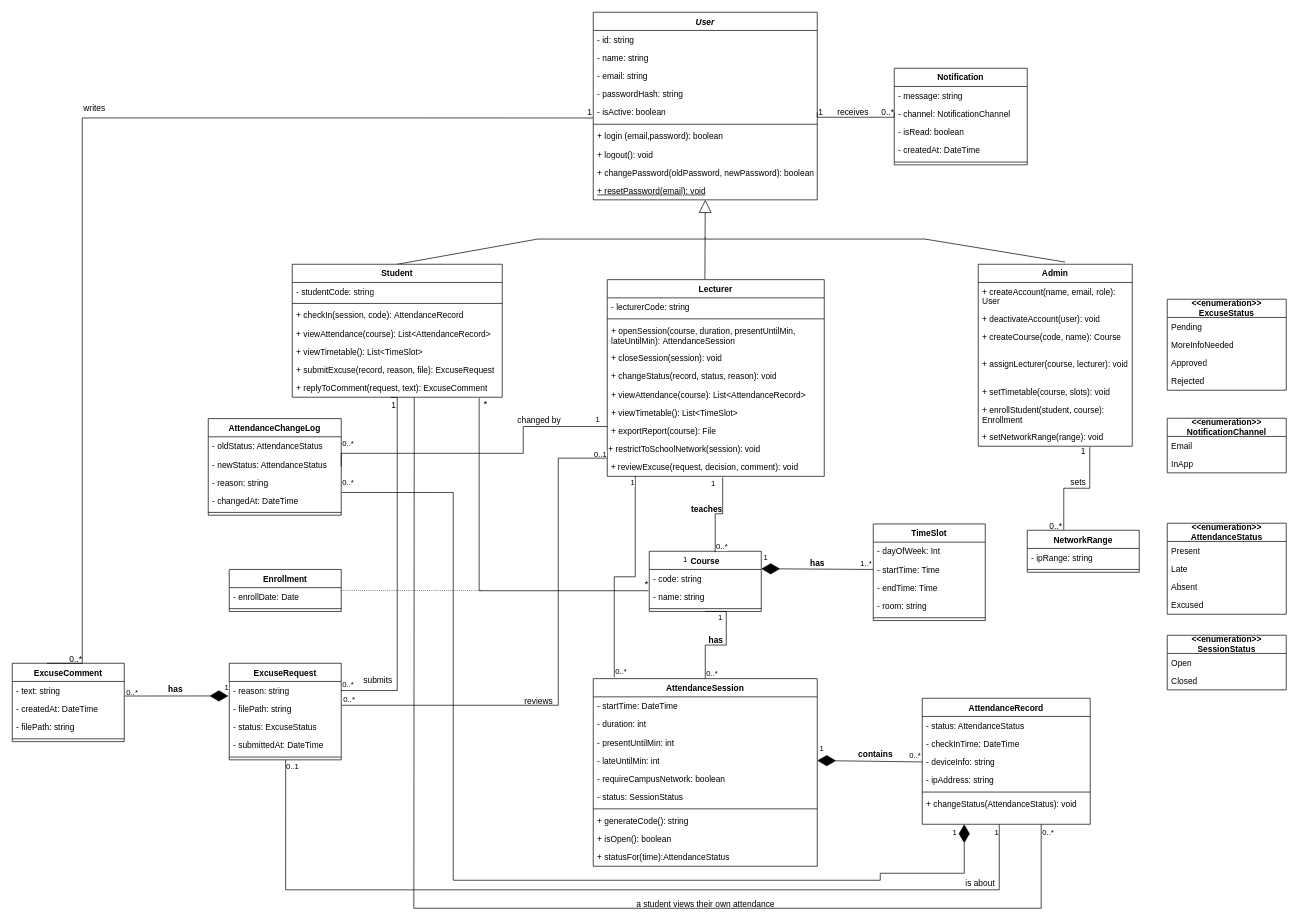
Above: Untitled Diagram.drawio in QnTIie2409/CNPM-GROUP03 (draw.io), before the change. Source tidied: cells renumbered, new cells numbered last; positions are measured from the earlier drawing's top-left corner, leaving out a move shared by most shapes. Both pictures are drawn from the tidied source at 70%, with x=0, y=0 at pixel (12, 12).
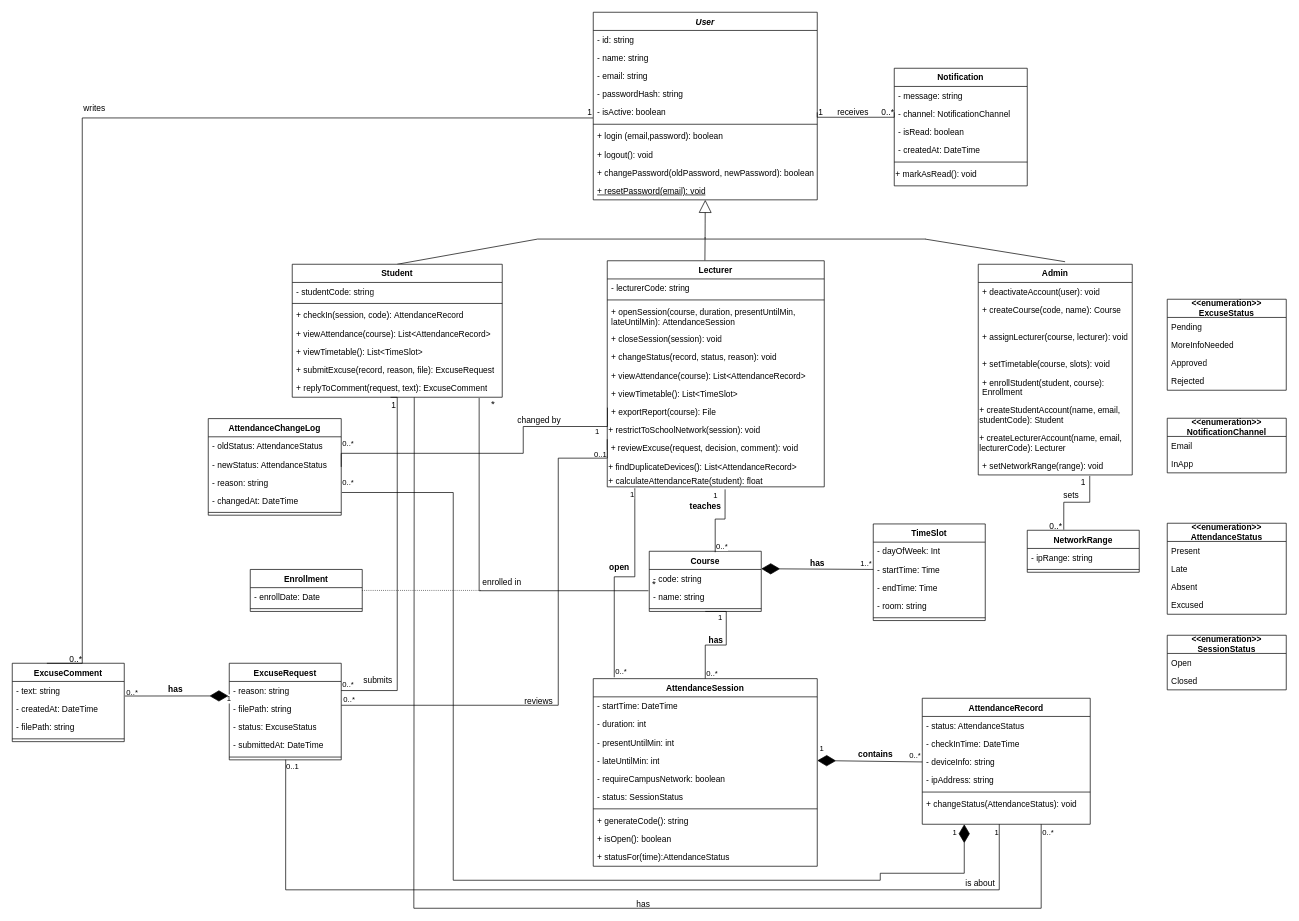
Above is the later version.

Commit message:
update some missing relation

Unchanged cells that the change refers to:
```xml
<mxCell id="36" value="&amp;nbsp;+ reviewExcuse(request, decision, comment): void" style="text;whiteSpace=wrap;html=1;" parent="26" vertex="1">
  <mxGeometry y="255" width="310" height="26" as="geometry" />
</mxCell>
<mxCell id="45" value="Course" style="swimlane;fontStyle=1;align=center;verticalAlign=top;horizontal=1;startSize=26;whiteSpace=wrap;html=1;" parent="1" vertex="1">
  <mxGeometry x="910" y="770" width="160" height="86" as="geometry" />
</mxCell>
<mxCell id="93" value="NetworkRange" style="swimlane;fontStyle=1;align=center;verticalAlign=top;horizontal=1;startSize=26;whiteSpace=wrap;html=1;" parent="1" vertex="1">
  <mxGeometry x="1450" y="740" width="160" height="60" as="geometry" />
</mxCell>
```

Change to the diagram source:
```diff
@@
     <mxCell id="26" value="Lecturer" style="swimlane;fontStyle=1;align=center;verticalAlign=top;horizontal=1;startSize=26;whiteSpace=wrap;html=1;" parent="1" vertex="1">
-      <mxGeometry x="850" y="382" width="310" height="281" as="geometry" />
+      <mxGeometry x="850" y="355" width="310" height="323" as="geometry" />
     </mxCell>
@@
+    <mxCell id="180" value="+ findDuplicateDevices(): List&amp;lt;AttendanceRecord&amp;gt;" style="text;whiteSpace=wrap;html=1;" parent="26" vertex="1">
+      <mxGeometry y="281" width="310" height="20" as="geometry" />
+    </mxCell>
+    <mxCell id="181" value="+ calculateAttendanceRate(student): float" style="text;whiteSpace=wrap;html=1;" parent="26" vertex="1">
+      <mxGeometry y="301" width="310" height="22" as="geometry" />
+    </mxCell>
     <mxCell id="37" value="Admin" style="swimlane;fontStyle=1;align=center;verticalAlign=top;horizontal=1;startSize=26;whiteSpace=wrap;html=1;" parent="1" vertex="1">
-      <mxGeometry x="1380" y="360" width="220" height="260" as="geometry" />
+      <mxGeometry x="1380" y="360" width="220" height="301" as="geometry" />
     </mxCell>
-    <mxCell id="38" value="+ createAccount(name, email, role): User" style="text;strokeColor=none;fillColor=none;align=left;verticalAlign=top;spacingLeft=4;spacingRight=4;overflow=hidden;whiteSpace=wrap;html=1;" parent="37" vertex="1">
-      <mxGeometry y="26" width="220" height="39" as="geometry" />
-    </mxCell>
     <mxCell id="39" value="+&amp;nbsp;deactivateAccount(user): void" style="text;strokeColor=none;fillColor=none;align=left;verticalAlign=top;spacingLeft=4;spacingRight=4;overflow=hidden;whiteSpace=wrap;html=1;" parent="37" vertex="1">
-      <mxGeometry y="65" width="220" height="26" as="geometry" />
+      <mxGeometry y="26" width="220" height="26" as="geometry" />
     </mxCell>
     <mxCell id="40" value="+ createCourse(code, name): Course" style="text;strokeColor=none;fillColor=none;align=left;verticalAlign=top;spacingLeft=4;spacingRight=4;overflow=hidden;whiteSpace=wrap;html=1;" parent="37" vertex="1">
-      <mxGeometry y="91" width="220" height="39" as="geometry" />
+      <mxGeometry y="52" width="220" height="39" as="geometry" />
     </mxCell>
     <mxCell id="41" value="+ assignLecturer(course, lecturer): void" style="text;strokeColor=none;fillColor=none;align=left;verticalAlign=top;spacingLeft=4;spacingRight=4;overflow=hidden;whiteSpace=wrap;html=1;" parent="37" vertex="1">
-      <mxGeometry y="130" width="220" height="39" as="geometry" />
+      <mxGeometry y="91" width="220" height="39" as="geometry" />
     </mxCell>
     <mxCell id="42" value="+ setTimetable(course, slots): void" style="text;strokeColor=none;fillColor=none;align=left;verticalAlign=top;spacingLeft=4;spacingRight=4;overflow=hidden;whiteSpace=wrap;html=1;" parent="37" vertex="1">
-      <mxGeometry y="169" width="220" height="26" as="geometry" />
+      <mxGeometry y="130" width="220" height="26" as="geometry" />
     </mxCell>
     <mxCell id="43" value="+&amp;nbsp;enrollStudent(student, course): Enrollment" style="text;strokeColor=none;fillColor=none;align=left;verticalAlign=top;spacingLeft=4;spacingRight=4;overflow=hidden;whiteSpace=wrap;html=1;" parent="37" vertex="1">
-      <mxGeometry y="195" width="220" height="39" as="geometry" />
+      <mxGeometry y="156" width="220" height="39" as="geometry" />
     </mxCell>
+    <mxCell id="182" value="+ createStudentAccount(name, email, studentCode): Student" style="text;whiteSpace=wrap;html=1;" parent="37" vertex="1">
+      <mxGeometry y="195" width="220" height="40" as="geometry" />
+    </mxCell>
+    <mxCell id="183" value="+ createLecturerAccount(name, email, lecturerCode): Lecturer" style="text;whiteSpace=wrap;html=1;" parent="37" vertex="1">
+      <mxGeometry y="235" width="220" height="40" as="geometry" />
+    </mxCell>
     <mxCell id="44" value="+ setNetworkRange(range): void" style="text;strokeColor=none;fillColor=none;align=left;verticalAlign=top;spacingLeft=4;spacingRight=4;overflow=hidden;points=[[0,0.5],[1,0.5]];portConstraint=eastwest;whiteSpace=wrap;html=1;" parent="37" vertex="1">
-      <mxGeometry y="234" width="220" height="26" as="geometry" />
+      <mxGeometry y="275" width="220" height="26" as="geometry" />
     </mxCell>
@@
     <mxCell id="55" value="Enrollment" style="swimlane;fontStyle=1;align=center;verticalAlign=top;horizontal=1;startSize=26;whiteSpace=wrap;html=1;" parent="1" vertex="1">
-      <mxGeometry x="310" y="796" width="160" height="60" as="geometry" />
+      <mxGeometry x="340" y="796" width="160" height="60" as="geometry" />
     </mxCell>
@@
     <mxCell id="96" value="Notification" style="swimlane;fontStyle=1;align=center;verticalAlign=top;horizontal=1;startSize=26;whiteSpace=wrap;html=1;" parent="1" vertex="1">
-      <mxGeometry x="1260" y="80" width="190" height="138" as="geometry" />
+      <mxGeometry x="1260" y="80" width="190" height="168" as="geometry" />
     </mxCell>
@@
+    <mxCell id="184" value="+ markAsRead(): void" style="text;whiteSpace=wrap;html=1;" parent="96" vertex="1">
+      <mxGeometry y="138" width="190" height="30" as="geometry" />
+    </mxCell>
@@
-    <mxCell id="118" style="endArrow=none;html=1;edgeStyle=orthogonalEdgeStyle;rounded=0;defaultLabelBackgroundColor=page;entryX=0.532;entryY=1.062;entryDx=0;entryDy=0;exitX=0.589;exitY=0.016;exitDx=0;exitDy=0;exitPerimeter=0;entryPerimeter=0;" parent="1" edge="1" source="45" target="36">
+    <mxCell id="118" style="endArrow=none;html=1;edgeStyle=orthogonalEdgeStyle;rounded=0;defaultLabelBackgroundColor=page;entryX=0.543;entryY=1.162;entryDx=0;entryDy=0;exitX=0.589;exitY=0.016;exitDx=0;exitDy=0;exitPerimeter=0;entryPerimeter=0;" parent="1" edge="1" source="45" target="181">
       <mxGeometry relative="1" as="geometry" />
     </mxCell>
@@
     <mxCell id="126" value="teaches" style="text;align=center;fontStyle=1;verticalAlign=middle;spacingLeft=3;spacingRight=3;strokeColor=none;html=1;direction=south;" parent="1" vertex="1">
-      <mxGeometry x="969" y="703" width="46.5" height="15" as="geometry" />
+      <mxGeometry x="966.8" y="698" width="46.5" height="15" as="geometry" />
     </mxCell>
@@
-    <mxCell id="146" style="endArrow=none;html=1;edgeStyle=orthogonalEdgeStyle;rounded=0;defaultLabelBackgroundColor=page;entryX=0.129;entryY=1;entryDx=0;entryDy=0;entryPerimeter=0;" parent="1" edge="1" target="36">
+    <mxCell id="146" style="endArrow=none;html=1;edgeStyle=orthogonalEdgeStyle;rounded=0;defaultLabelBackgroundColor=page;entryX=0.127;entryY=1.091;entryDx=0;entryDy=0;entryPerimeter=0;" parent="1" edge="1" target="181">
       <mxGeometry x="0.39" relative="1" as="geometry">
         <mxPoint x="860" y="950" as="sourcePoint" />
         <Array as="points">
           <mxPoint x="860" y="806.5" />
-          <mxPoint x="890" y="806.5" />
+          <mxPoint x="889.4" y="806.5" />
         </Array>
       </mxGeometry>
     </mxCell>
@@
-    <mxCell id="149" value="1" style="edgeLabel;html=1;align=right;verticalAlign=bottom;inheritText=1;defaultLabelBackgroundColor=page;" parent="146" vertex="1">
-      <mxGeometry x="1" relative="1" as="geometry">
-        <mxPoint x="75" y="127" as="offset" />
-      </mxGeometry>
-    </mxCell>
@@
     <mxCell id="174" style="endArrow=none;endFill=0;endSize=12;html=1;rounded=0;defaultLabelBackgroundColor=page;entryX=0.326;entryY=-0.013;entryDx=0;entryDy=0;entryPerimeter=0;exitX=0.724;exitY=1.051;exitDx=0;exitDy=0;exitPerimeter=0;edgeStyle=orthogonalEdgeStyle;" parent="1" edge="1" source="44" target="93">
       <mxGeometry relative="1" as="geometry">
         <Array as="points">
-          <mxPoint x="1539.3" y="680" />
-          <mxPoint x="1502.2" y="680" />
+          <mxPoint x="1539.3" y="700" />
+          <mxPoint x="1502.2" y="700" />
         </Array>
       </mxGeometry>
     </mxCell>
@@
-    <mxCell id="176" value="a student views their own attendance" style="text;whiteSpace=wrap;html=1;" parent="1" vertex="1">
+    <mxCell id="176" value="has" style="text;whiteSpace=wrap;html=1;" parent="1" vertex="1">
       <mxGeometry x="890" y="1260" width="220" height="15" as="geometry" />
     </mxCell>
     <mxCell id="177" value="sets" style="text;whiteSpace=wrap;html=1;" parent="1" vertex="1">
-      <mxGeometry x="1510" y="658" width="60" height="40" as="geometry" />
+      <mxGeometry x="1500" y="676" width="20" height="24" as="geometry" />
     </mxCell>
     <mxCell id="178" value="1" style="text;whiteSpace=wrap;html=1;" parent="1" vertex="1">
-      <mxGeometry x="1525" y="614" width="10" height="10" as="geometry" />
+      <mxGeometry x="1525" y="658" width="10" height="10" as="geometry" />
     </mxCell>
@@
+    <mxCell id="185" value="open" style="text;align=center;fontStyle=1;verticalAlign=middle;spacingLeft=3;spacingRight=3;strokeColor=none;html=1;direction=south;" parent="1" vertex="1">
+      <mxGeometry x="843.5" y="785" width="46.5" height="15" as="geometry" />
+    </mxCell>
+    <mxCell id="186" value="enrolled in" style="text;whiteSpace=wrap;html=1;" parent="1" vertex="1">
+      <mxGeometry x="670" y="800" width="60" height="22" as="geometry" />
+    </mxCell>
```
